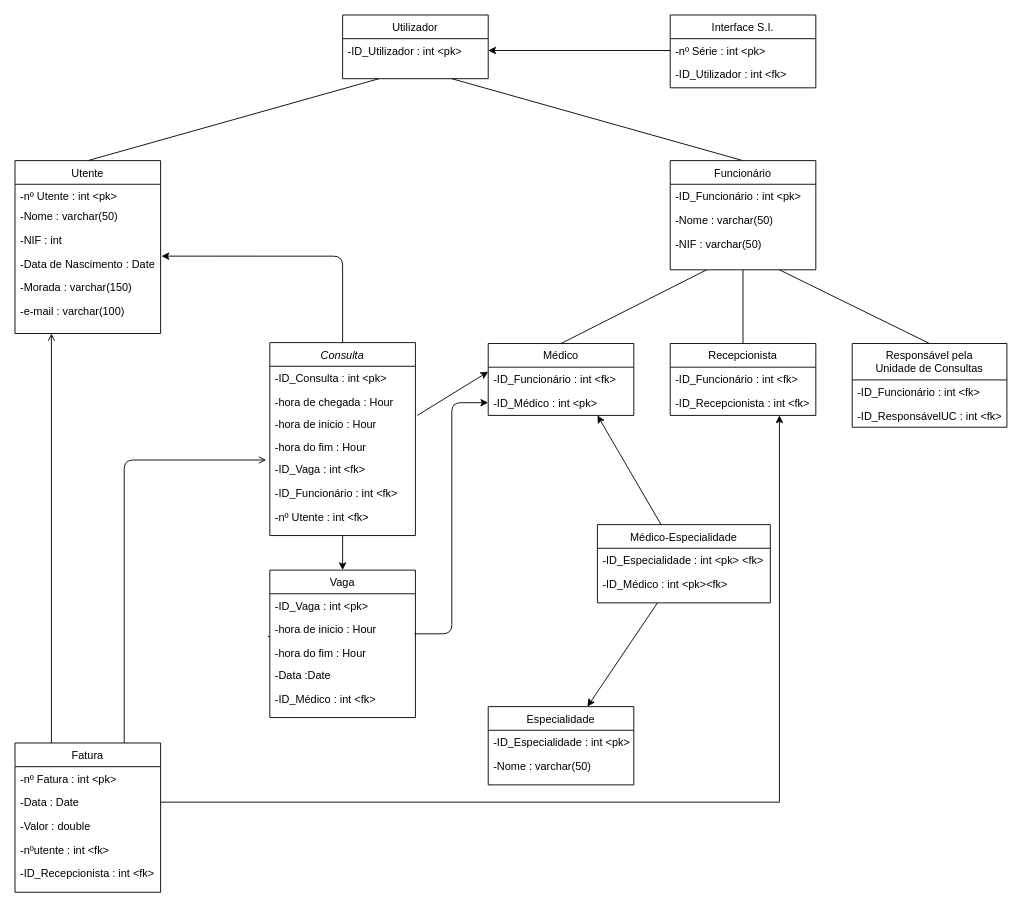
Before: Diagramas/Modelo Relacional.drawio in carlan92/Hospital_Management_System, a draw.io diagram. Source tidied: cells renumbered, new cells numbered last; positions are measured from the earlier drawing's top-left corner, leaving out a move shared by most shapes. Both pictures are drawn from the tidied source at 91%, with x=0, y=0 at pixel (15, 15).
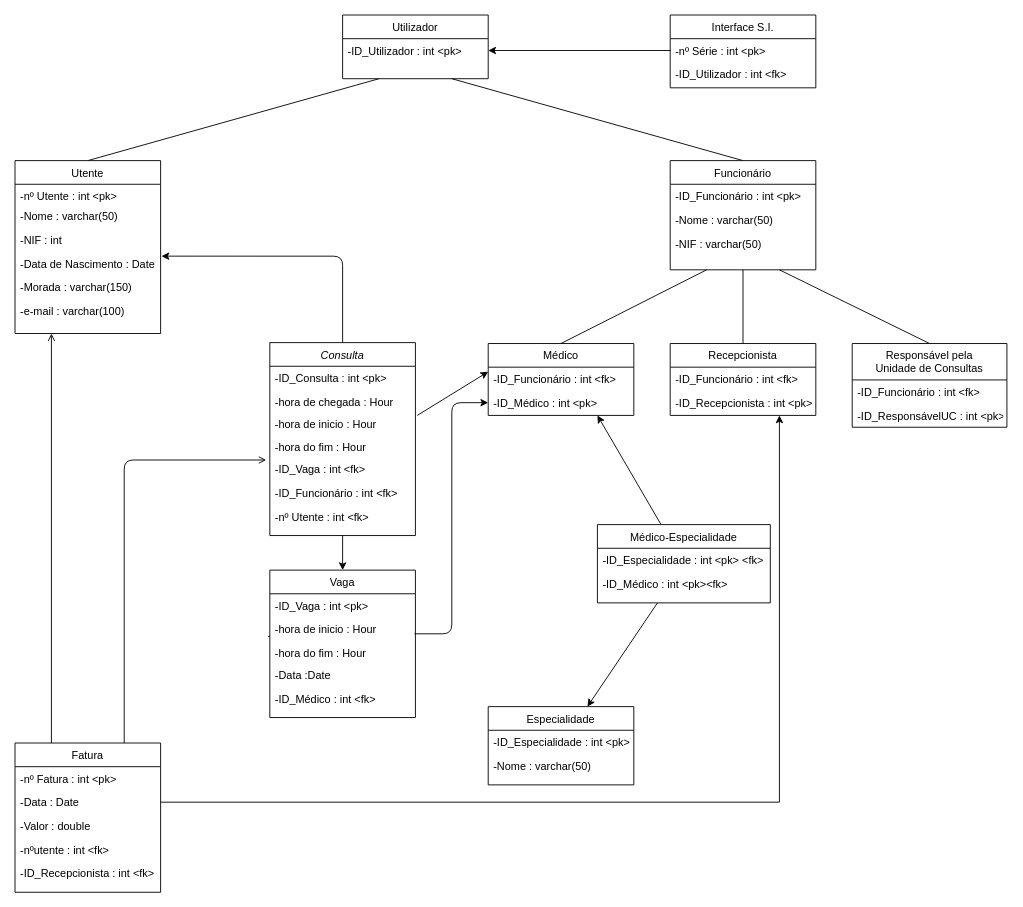
Above is the later version.

Commit message:
actualização do modelo relacional, existiam chaves primárias identificadas como secundárias

The change refers to these unchanged cells:
```xml
<mxCell id="14" value="Recepcionista" style="swimlane;fontStyle=0;align=center;verticalAlign=top;horizontal=1;startSize=26;rounded=0;shadow=0;strokeWidth=1;" parent="1" vertex="1">
  <mxGeometry x="720" y="361" width="160" height="79" as="geometry" />
</mxCell>
<mxCell id="18" value="Responsável pela &#10;Unidade de Consultas&#10;" style="swimlane;fontStyle=0;align=center;verticalAlign=top;horizontal=1;startSize=40;rounded=0;shadow=0;strokeWidth=1;" parent="1" vertex="1">
  <mxGeometry x="920" y="361" width="170" height="92" as="geometry" />
</mxCell>
```

Diff of the diagram source:
```diff
@@
-    <mxCell id="16" value="-ID_Recepcionista : int &lt;fk&gt; " style="text;align=left;verticalAlign=top;spacingLeft=4;spacingRight=4;overflow=hidden;" parent="14" vertex="1">
+    <mxCell id="16" value="-ID_Recepcionista : int &lt;pk&gt; " style="text;align=left;verticalAlign=top;spacingLeft=4;spacingRight=4;overflow=hidden;" parent="14" vertex="1">
       <mxGeometry y="52" width="160" height="26" as="geometry" />
     </mxCell>
@@
-    <mxCell id="20" value="-ID_ResponsávelUC : int &lt;fk&gt; " style="text;align=left;verticalAlign=top;spacingLeft=4;spacingRight=4;overflow=hidden;" parent="18" vertex="1">
+    <mxCell id="20" value="-ID_ResponsávelUC : int &lt;pk&gt; " style="text;align=left;verticalAlign=top;spacingLeft=4;spacingRight=4;overflow=hidden;" parent="18" vertex="1">
       <mxGeometry y="66" width="170" height="26" as="geometry" />
     </mxCell>
```
